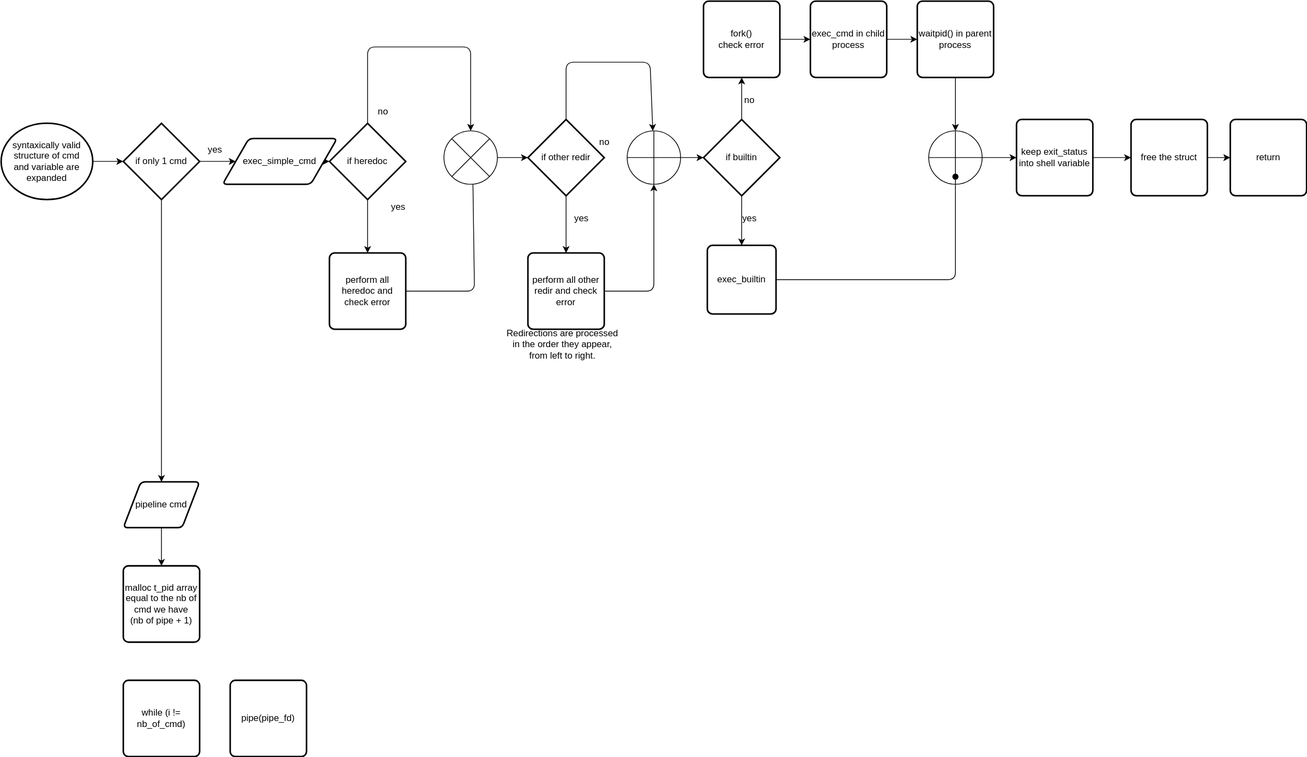
Above: draws/execution.drawio.svg in csteylae/MiniTry (draw.io), before the change. Source tidied: cells renumbered, new cells last; positions are measured from the earlier drawing's top-left corner, leaving out a move shared by most shapes.
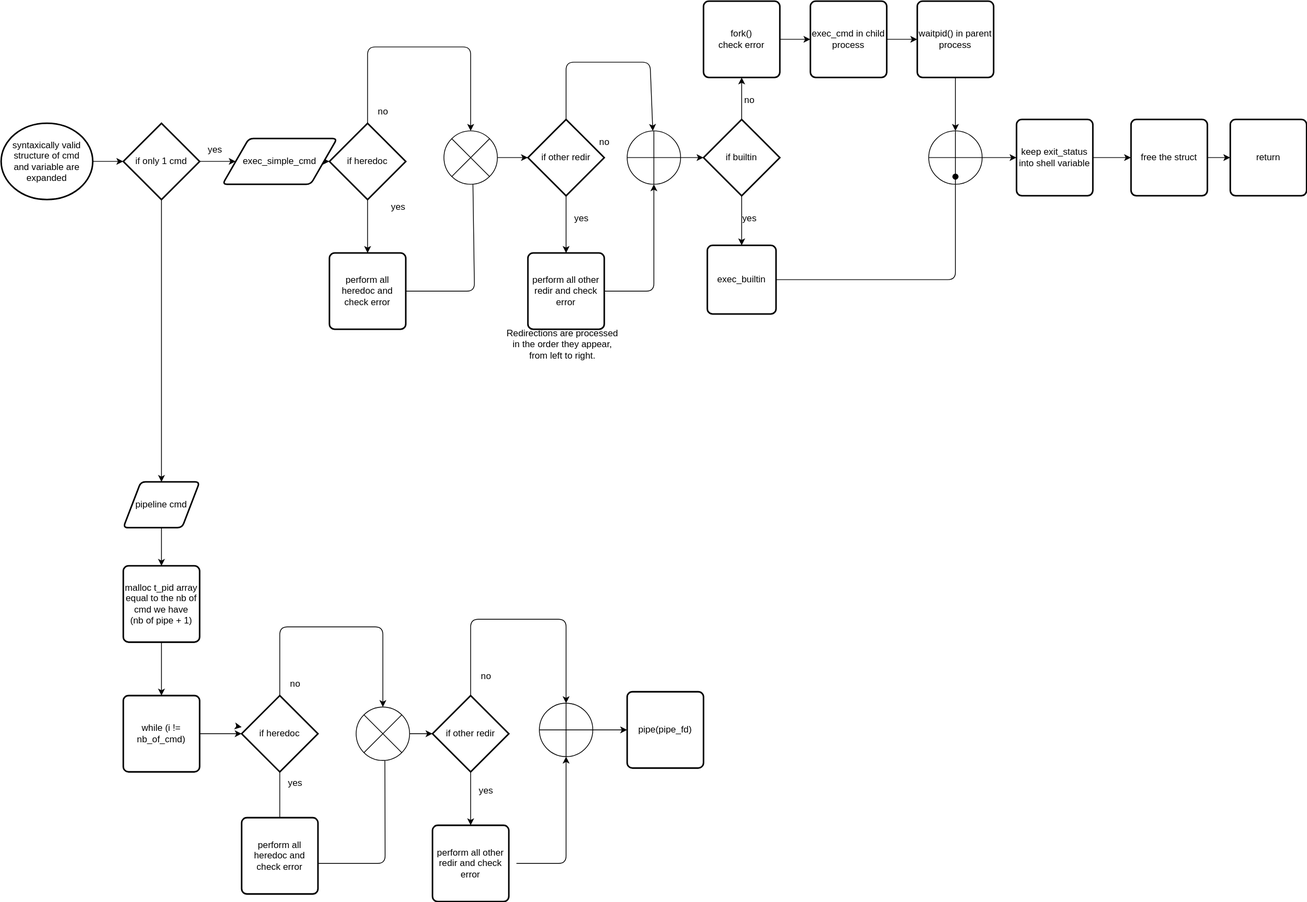
The same file after the commit.

Diff of the diagram source:
```diff
@@ -176,17 +176,107 @@
     <mxCell id="51" value="pipeline cmd" style="shape=parallelogram;html=1;strokeWidth=2;perimeter=parallelogramPerimeter;whiteSpace=wrap;rounded=1;arcSize=12;size=0.23;" parent="1" vertex="1">
       <mxGeometry x="160" y="630" width="100" height="60" as="geometry" />
     </mxCell>
+    <mxCell id="56" style="edgeStyle=none;html=1;" parent="1" edge="1" source="52" target="54">
+      <mxGeometry relative="1" as="geometry" />
+    </mxCell>
     <mxCell id="52" value="malloc t_pid array equal to the nb of cmd we have &lt;br&gt;(nb of pipe + 1)" style="rounded=1;whiteSpace=wrap;html=1;absoluteArcSize=1;arcSize=14;strokeWidth=2;" parent="1" vertex="1">
       <mxGeometry x="160" y="740" width="100" height="100" as="geometry" />
     </mxCell>
     <mxCell id="53" style="shape=waypoint;sketch=0;size=6;points=[];fillColor=default;perimeter=centerPerimeter;snapToPoint=1;rounded=1;arcSize=14;strokeWidth=2;" parent="1" vertex="1">
       <mxGeometry x="1240" y="220" width="20" height="20" as="geometry" />
     </mxCell>
+    <mxCell id="57" style="edgeStyle=none;html=1;" parent="1" edge="1" source="54" target="61">
+      <mxGeometry relative="1" as="geometry" />
+    </mxCell>
     <mxCell id="54" value="while (i != nb_of_cmd)" style="rounded=1;whiteSpace=wrap;html=1;absoluteArcSize=1;arcSize=14;strokeWidth=2;" parent="1" vertex="1">
-      <mxGeometry x="160" y="890" width="100" height="100" as="geometry" />
+      <mxGeometry x="160" y="910" width="100" height="100" as="geometry" />
     </mxCell>
+    <mxCell id="58" style="edgeStyle=none;html=1;" parent="1" edge="1" target="61">
+      <mxGeometry relative="1" as="geometry">
+        <mxPoint x="307.8" y="950" as="sourcePoint" />
+      </mxGeometry>
+    </mxCell>
+    <mxCell id="59" style="edgeStyle=none;html=1;" parent="1" edge="1">
+      <mxGeometry relative="1" as="geometry">
+        <mxPoint x="365" y="1010" as="sourcePoint" />
+        <mxPoint x="365" y="1080" as="targetPoint" />
+      </mxGeometry>
+    </mxCell>
+    <mxCell id="60" style="edgeStyle=none;html=1;" parent="1" edge="1" target="70">
+      <mxGeometry relative="1" as="geometry">
+        <mxPoint x="365" y="920" as="sourcePoint" />
+        <Array as="points">
+          <mxPoint x="365" y="820" />
+          <mxPoint x="500" y="820" />
+        </Array>
+      </mxGeometry>
+    </mxCell>
+    <mxCell id="61" value="if heredoc" style="strokeWidth=2;html=1;shape=mxgraph.flowchart.decision;whiteSpace=wrap;" parent="1" vertex="1">
+      <mxGeometry x="315" y="910" width="100" height="100" as="geometry" />
+    </mxCell>
+    <mxCell id="62" style="edgeStyle=none;html=1;entryX=0.536;entryY=0.529;entryDx=0;entryDy=0;entryPerimeter=0;" parent="1" edge="1" target="70">
+      <mxGeometry relative="1" as="geometry">
+        <mxPoint x="415" y="1130" as="sourcePoint" />
+        <Array as="points">
+          <mxPoint x="503" y="1130" />
+        </Array>
+      </mxGeometry>
+    </mxCell>
+    <mxCell id="63" value="perform all heredoc and check error" style="rounded=1;whiteSpace=wrap;html=1;absoluteArcSize=1;arcSize=14;strokeWidth=2;" parent="1" vertex="1">
+      <mxGeometry x="315" y="1070" width="100" height="100" as="geometry" />
+    </mxCell>
+    <mxCell id="64" style="edgeStyle=none;html=1;entryX=0.5;entryY=1;entryDx=0;entryDy=0;entryPerimeter=0;" parent="1" edge="1">
+      <mxGeometry relative="1" as="geometry">
+        <mxPoint x="675" y="1130" as="sourcePoint" />
+        <mxPoint x="740" y="990" as="targetPoint" />
+        <Array as="points">
+          <mxPoint x="740" y="1130" />
+        </Array>
+      </mxGeometry>
+    </mxCell>
+    <mxCell id="65" value="perform all other redir and check error" style="rounded=1;whiteSpace=wrap;html=1;absoluteArcSize=1;arcSize=14;strokeWidth=2;" parent="1" vertex="1">
+      <mxGeometry x="565" y="1080" width="100" height="100" as="geometry" />
+    </mxCell>
+    <mxCell id="66" style="edgeStyle=none;html=1;entryX=0.5;entryY=0;entryDx=0;entryDy=0;" parent="1" edge="1" source="68" target="65">
+      <mxGeometry relative="1" as="geometry" />
+    </mxCell>
+    <mxCell id="67" style="edgeStyle=none;html=1;entryX=0.5;entryY=0;entryDx=0;entryDy=0;entryPerimeter=0;exitX=0.5;exitY=0;exitDx=0;exitDy=0;exitPerimeter=0;" parent="1" edge="1" source="68" target="76">
+      <mxGeometry relative="1" as="geometry">
+        <Array as="points">
+          <mxPoint x="615" y="810" />
+          <mxPoint x="740" y="810" />
+        </Array>
+      </mxGeometry>
+    </mxCell>
+    <mxCell id="68" value="if other redir" style="strokeWidth=2;html=1;shape=mxgraph.flowchart.decision;whiteSpace=wrap;" parent="1" vertex="1">
+      <mxGeometry x="565" y="910" width="100" height="100" as="geometry" />
+    </mxCell>
+    <mxCell id="69" style="edgeStyle=none;html=1;" parent="1" edge="1" source="70" target="68">
+      <mxGeometry relative="1" as="geometry" />
+    </mxCell>
+    <mxCell id="70" style="verticalLabelPosition=bottom;verticalAlign=top;html=1;shape=mxgraph.flowchart.or;" parent="1" vertex="1">
+      <mxGeometry x="465" y="925" width="70" height="70" as="geometry" />
+    </mxCell>
+    <mxCell id="71" value="yes" style="text;html=1;align=center;verticalAlign=middle;strokeColor=none;fillColor=none;" parent="1" vertex="1">
+      <mxGeometry x="365" y="1010" width="40" height="30" as="geometry" />
+    </mxCell>
+    <mxCell id="72" value="no" style="text;html=1;align=center;verticalAlign=middle;strokeColor=none;fillColor=none;" parent="1" vertex="1">
+      <mxGeometry x="365" y="880" width="40" height="30" as="geometry" />
+    </mxCell>
+    <mxCell id="73" value="yes" style="text;html=1;align=center;verticalAlign=middle;strokeColor=none;fillColor=none;" parent="1" vertex="1">
+      <mxGeometry x="615" y="1020" width="40" height="30" as="geometry" />
+    </mxCell>
+    <mxCell id="74" value="no" style="text;html=1;align=center;verticalAlign=middle;strokeColor=none;fillColor=none;" parent="1" vertex="1">
+      <mxGeometry x="615" y="870" width="40" height="30" as="geometry" />
+    </mxCell>
+    <mxCell id="75" style="edgeStyle=none;html=1;" parent="1" edge="1" source="76" target="55">
+      <mxGeometry relative="1" as="geometry" />
+    </mxCell>
+    <mxCell id="76" style="verticalLabelPosition=bottom;verticalAlign=top;html=1;shape=mxgraph.flowchart.summing_function;" parent="1" vertex="1">
+      <mxGeometry x="705" y="920" width="70" height="70" as="geometry" />
+    </mxCell>
     <mxCell id="55" value="pipe(pipe_fd)" style="rounded=1;whiteSpace=wrap;html=1;absoluteArcSize=1;arcSize=14;strokeWidth=2;" parent="1" vertex="1">
-      <mxGeometry x="300" y="890" width="100" height="100" as="geometry" />
+      <mxGeometry x="820" y="905" width="100" height="100" as="geometry" />
     </mxCell>
   </root>
 </mxGraphModel>
```
